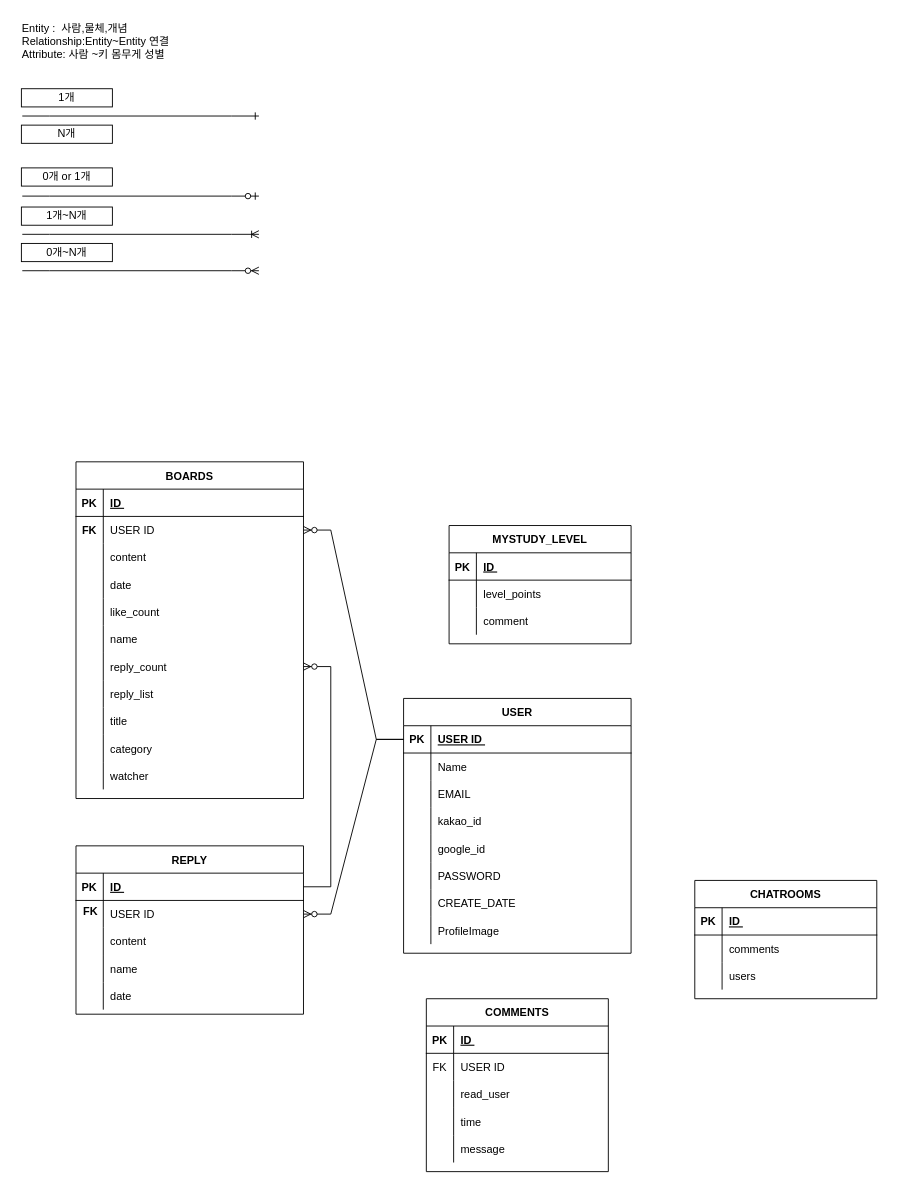
The draw.io diagram 제목 없는 다이어그램.drawio in EUNHO5980/test, before the edit. Source tidied: cells renumbered, new cells numbered last; positions are measured from the earlier drawing's top-left corner, leaving out a move shared by most shapes. Both pictures are drawn from the tidied source at 91%, with x=0, y=0 at pixel (-862, 15).
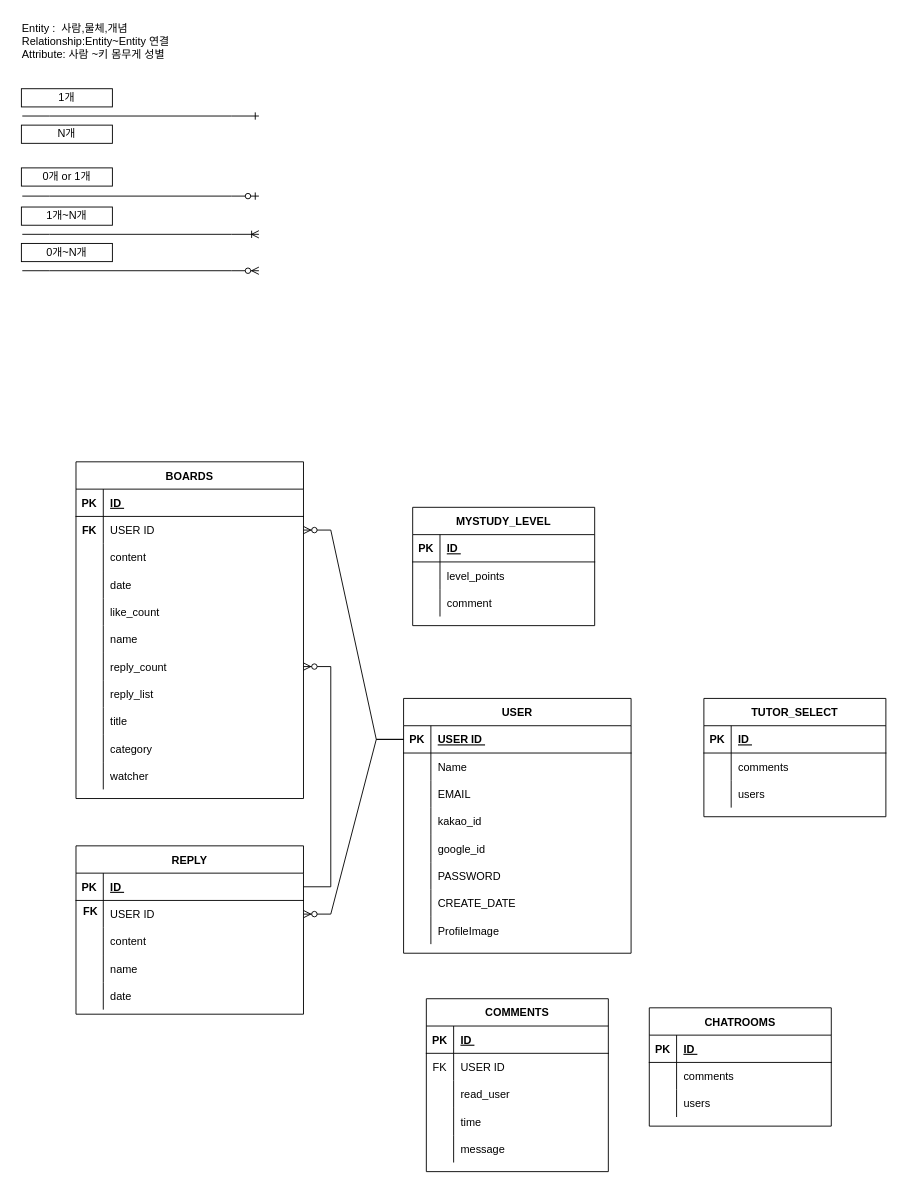
After the change.

Commit message (it also covers changes not shown here):
제목 없는 다이어그램.drawio 업데이트

Diff of the diagram source:
```diff
@@
     <mxCell id="95" value="CHATROOMS" style="shape=table;startSize=30;childLayout=tableLayout;rowLines=0;fontStyle=1;align=center;" parent="1" vertex="1">
-      <mxGeometry x="1710" y="950" width="200" height="130" as="geometry" />
+      <mxGeometry x="1660" y="1090" width="200" height="130" as="geometry" />
     </mxCell>
@@
     <mxCell id="121" value="MYSTUDY_LEVEL" style="shape=table;startSize=30;childLayout=tableLayout;rowLines=0;fontStyle=1;align=center;" parent="1" vertex="1">
-      <mxGeometry x="1440" y="560" width="200" height="130" as="geometry" />
+      <mxGeometry x="1400" y="540" width="200" height="130" as="geometry" />
     </mxCell>
@@
+    <mxCell id="131" value="TUTOR_SELECT" style="shape=table;startSize=30;childLayout=tableLayout;rowLines=0;fontStyle=1;align=center;" parent="1" vertex="1">
+      <mxGeometry x="1720" y="750" width="200" height="130" as="geometry" />
+    </mxCell>
+    <mxCell id="132" style="shape=partialRectangle;fillColor=none;top=0;left=0;right=0;bottom=1;" parent="131" vertex="1">
+      <mxGeometry y="30" width="200" height="30" as="geometry" />
+    </mxCell>
+    <mxCell id="133" value="PK" style="shape=partialRectangle;overflow=hidden;fillColor=none;top=0;left=0;bottom=0;right=0;fontStyle=1;" parent="132" vertex="1">
+      <mxGeometry width="30" height="30" as="geometry" />
+    </mxCell>
+    <mxCell id="134" value="ID " style="shape=partialRectangle;overflow=hidden;fillColor=none;top=0;left=0;bottom=0;right=0;align=left;spacingLeft=6;fontStyle=5;" parent="132" vertex="1">
+      <mxGeometry x="30" width="170" height="30" as="geometry" />
+    </mxCell>
+    <mxCell id="135" style="shape=partialRectangle;fillColor=none;top=0;left=0;right=0;bottom=0;" parent="131" vertex="1">
+      <mxGeometry y="60" width="200" height="30" as="geometry" />
+    </mxCell>
+    <mxCell id="136" style="shape=partialRectangle;overflow=hidden;fillColor=none;top=0;left=0;bottom=0;right=0;" parent="135" vertex="1">
+      <mxGeometry width="30" height="30" as="geometry" />
+    </mxCell>
+    <mxCell id="137" value="comments" style="shape=partialRectangle;overflow=hidden;fillColor=none;top=0;left=0;bottom=0;right=0;align=left;spacingLeft=6;" parent="135" vertex="1">
+      <mxGeometry x="30" width="170" height="30" as="geometry" />
+    </mxCell>
+    <mxCell id="138" style="shape=partialRectangle;fillColor=none;top=0;left=0;right=0;bottom=0;" parent="131" vertex="1">
+      <mxGeometry y="90" width="200" height="30" as="geometry" />
+    </mxCell>
+    <mxCell id="139" style="shape=partialRectangle;overflow=hidden;fillColor=none;top=0;left=0;bottom=0;right=0;" parent="138" vertex="1">
+      <mxGeometry width="30" height="30" as="geometry" />
+    </mxCell>
+    <mxCell id="140" value="users" style="shape=partialRectangle;overflow=hidden;fillColor=none;top=0;left=0;bottom=0;right=0;align=left;spacingLeft=6;" parent="138" vertex="1">
+      <mxGeometry x="30" width="170" height="30" as="geometry" />
+    </mxCell>
```
